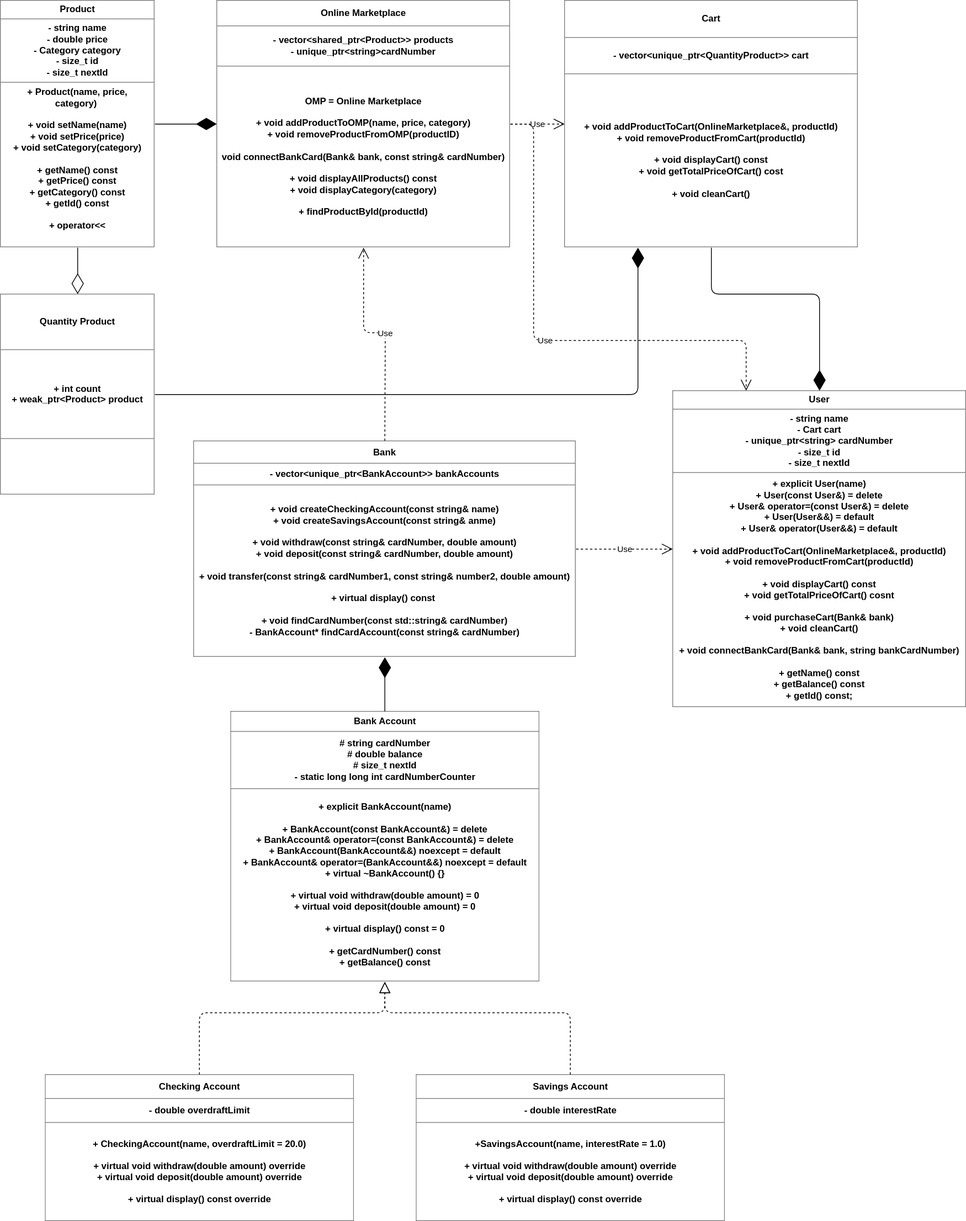
Before: UML.svg, a diagram exported from draw.io (edgar01012006/Cpp_Online_Marketplace). Source tidied: cells renumbered, new cells last; positions are measured from the earlier drawing's top-left corner, leaving out a move shared by most shapes.
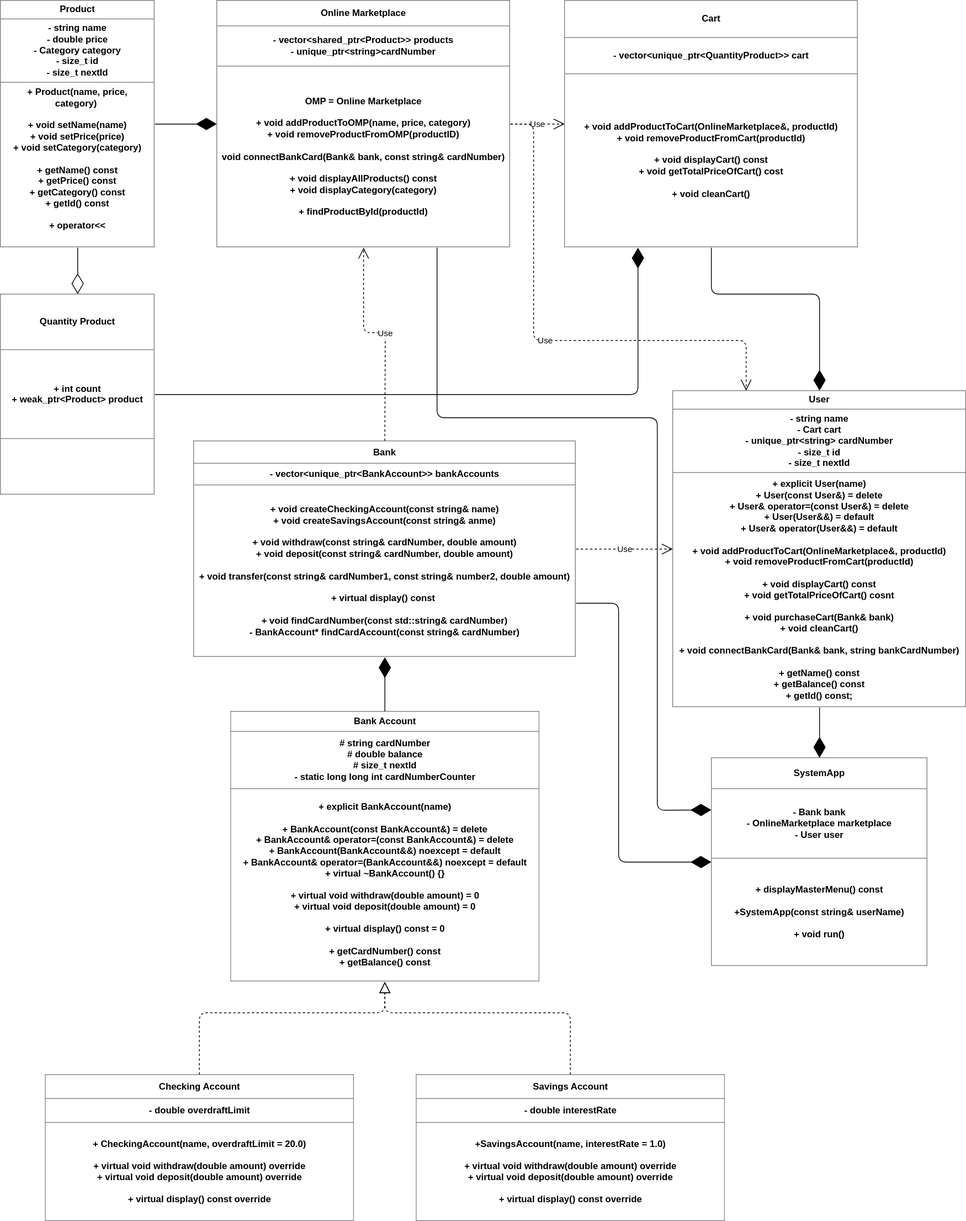
Later version of the same file.

Diff of the diagram source:
```diff
@@ -92,5 +92,28 @@
         </Array>
       </mxGeometry>
     </mxCell>
+    <mxCell id="22" value="&lt;table border=&quot;1&quot; width=&quot;100%&quot; height=&quot;100%&quot; cellpadding=&quot;4&quot; style=&quot;width:100%;height:100%;border-collapse:collapse;&quot;&gt;&lt;tbody&gt;&lt;tr&gt;&lt;th align=&quot;center&quot;&gt;SystemApp&lt;/th&gt;&lt;/tr&gt;&lt;tr&gt;&lt;td align=&quot;center&quot;&gt;&lt;font style=&quot;color: light-dark(rgb(0, 0, 0), rgb(255, 255, 255));&quot;&gt;&lt;b&gt;- Bank bank&lt;br&gt;- OnlineMarketplace marketplace&lt;br&gt;- User user&lt;/b&gt;&lt;/font&gt;&lt;/td&gt;&lt;/tr&gt;&lt;tr&gt;&lt;td align=&quot;center&quot;&gt;&lt;b&gt;+ displayMasterMenu() const&lt;br&gt;&lt;br&gt;+SystemApp(const string&amp;amp; userName)&lt;br&gt;&lt;br&gt;+ void run()&lt;/b&gt;&lt;/td&gt;&lt;/tr&gt;&lt;/tbody&gt;&lt;/table&gt;" style="text;html=1;whiteSpace=wrap;strokeColor=none;fillColor=default;overflow=fill;gradientColor=none;fillStyle=auto;" parent="1" vertex="1">
+      <mxGeometry x="920" y="980" width="280" height="270" as="geometry" />
+    </mxCell>
+    <mxCell id="23" style="endArrow=diamondThin;endFill=1;endSize=24;html=1;exitX=1;exitY=0.75;exitDx=0;exitDy=0;entryX=0;entryY=0.5;entryDx=0;entryDy=0;" parent="1" edge="1" source="14" target="22">
+      <mxGeometry relative="1" as="geometry">
+        <Array as="points">
+          <mxPoint x="800" y="780" />
+          <mxPoint x="800" y="1115" />
+        </Array>
+      </mxGeometry>
+    </mxCell>
+    <mxCell id="24" style="endArrow=diamondThin;endFill=1;endSize=24;html=1;entryX=0;entryY=0.25;entryDx=0;entryDy=0;exitX=0.75;exitY=1;exitDx=0;exitDy=0;" parent="1" edge="1" source="3" target="22">
+      <mxGeometry relative="1" as="geometry">
+        <Array as="points">
+          <mxPoint x="565" y="540" />
+          <mxPoint x="850" y="540" />
+          <mxPoint x="850" y="1048" />
+        </Array>
+      </mxGeometry>
+    </mxCell>
+    <mxCell id="25" style="endArrow=diamondThin;endFill=1;endSize=24;html=1;entryX=0.5;entryY=0;entryDx=0;entryDy=0;exitX=0.5;exitY=1;exitDx=0;exitDy=0;" parent="1" edge="1" source="8" target="22">
+      <mxGeometry relative="1" as="geometry" />
+    </mxCell>
   </root>
 </mxGraphModel>
```
